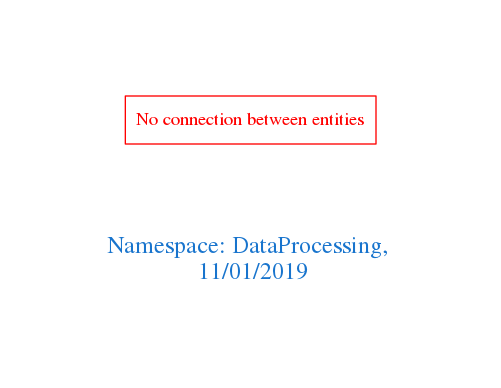
Above: downloads/DataProcessing.png in arago/OGIT (Graphviz), before the change. Its source is kept beside it as downloads/DataProcessing.dot.
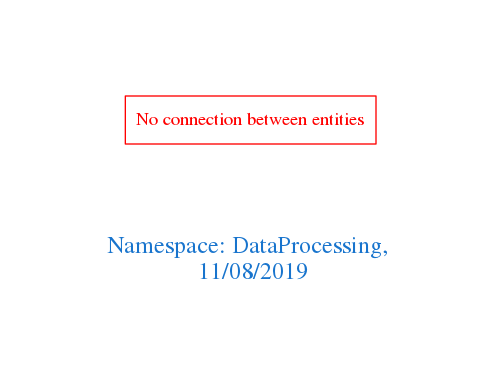
The same diagram one commit later.

Change to the diagram source:
```diff
@@ -1,7 +1,7 @@
 digraph OGIT_ontology {
  graph [ rankdir= LR,pad=1
 fontsize = 18,
-fontcolor= dodgerblue3,label = "\n\n\nNamespace: DataProcessing, \n 11/01/2019"];
+fontcolor= dodgerblue3,label = "\n\n\nNamespace: DataProcessing, \n 11/08/2019"];
 node[shape=polygon];
 edge [  color="gray81"];
 
```
